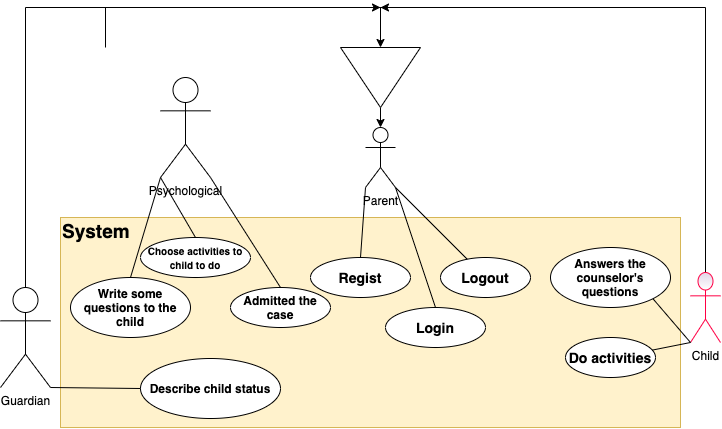
Above: Project/use_case_diagram (2).png in xdayeh/Modeling-software (draw.io), before the change. Source tidied: cells renumbered, new cells last; positions are measured from the earlier drawing's top-left corner, leaving out a move shared by most shapes.
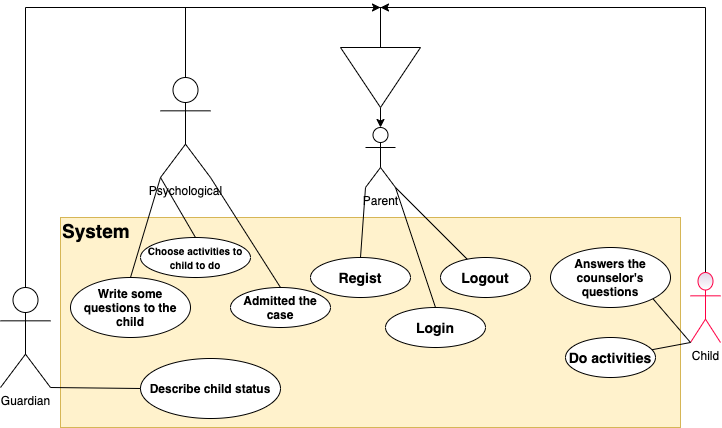
After the change.

Commit message:
Update use_case_diagram (3).png

What changed in the source:
```diff
@@ -2,15 +2,6 @@
   <root>
     <mxCell id="0" />
     <mxCell id="1" parent="0" />
-    <mxCell id="2" style="edgeStyle=orthogonalEdgeStyle;rounded=0;jettySize=auto;html=1;exitX=0.5;exitY=0;exitDx=0;exitDy=0;exitPerimeter=0;entryX=0;entryY=0.5;entryDx=0;entryDy=0;" parent="1" edge="1" target="8">
-      <mxGeometry relative="1" as="geometry">
-        <mxPoint x="105" y="40" as="sourcePoint" />
-        <Array as="points">
-          <mxPoint x="105" />
-          <mxPoint x="380" />
-        </Array>
-      </mxGeometry>
-    </mxCell>
     <mxCell id="3" value="&lt;div&gt;&lt;span&gt;&lt;font style=&quot;font-size: 19px ; line-height: 80%&quot;&gt;&lt;b&gt;System&lt;/b&gt;&lt;/font&gt;&lt;/span&gt;&lt;/div&gt;" style="rounded=0;whiteSpace=wrap;html=1;labelBackgroundColor=none;fillColor=#fff2cc;strokeColor=#d6b656;align=left;verticalAlign=top;" parent="1" vertex="1">
       <mxGeometry x="60" y="210" width="620" height="210" as="geometry" />
     </mxCell>
@@ -106,5 +97,16 @@
     <mxCell id="29" style="endArrow=none;html=1;exitX=0.5;exitY=0;exitDx=0;exitDy=0;entryX=1;entryY=1;entryDx=0;entryDy=0;entryPerimeter=0;" parent="1" edge="1" source="6" target="9">
       <mxGeometry relative="1" as="geometry" />
     </mxCell>
+    <mxCell id="30" style="endArrow=none;html=1;" parent="1" edge="1">
+      <mxGeometry relative="1" as="geometry">
+        <mxPoint x="185" y="70" as="sourcePoint" />
+        <mxPoint x="185" as="targetPoint" />
+      </mxGeometry>
+    </mxCell>
+    <mxCell id="31" style="endArrow=none;html=1;" parent="1" edge="1" source="8">
+      <mxGeometry relative="1" as="geometry">
+        <mxPoint x="380" as="targetPoint" />
+      </mxGeometry>
+    </mxCell>
   </root>
 </mxGraphModel>
```
